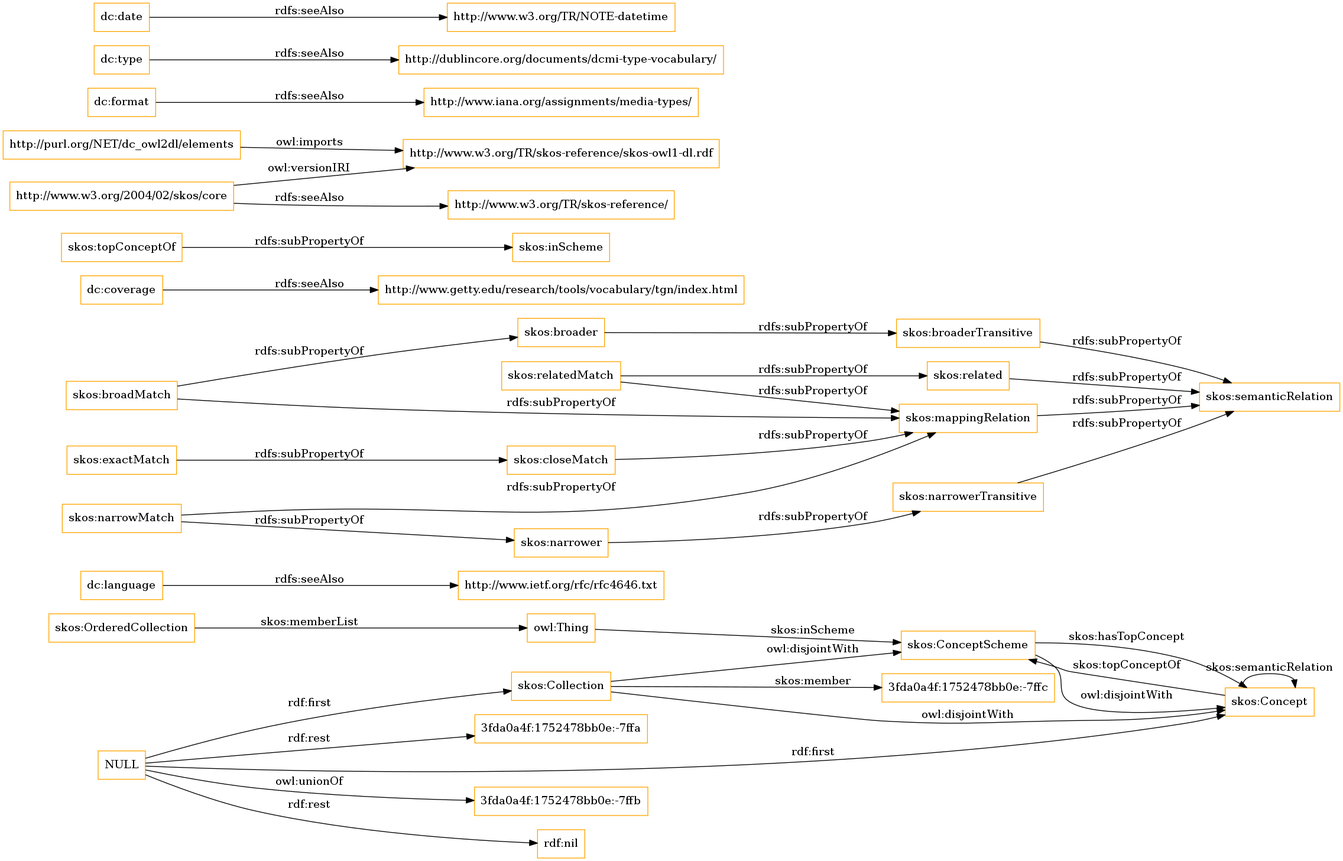
This is OnToology/imports/elements.owl/diagrams/ar2dtool-class/elements.owl.png from OnToologyUser/core-ontology-1, a Graphviz export, as it was before one commit. Its source is kept beside it as OnToology/imports/elements.owl/diagrams/ar2dtool-class/elements.owl.png.dot.
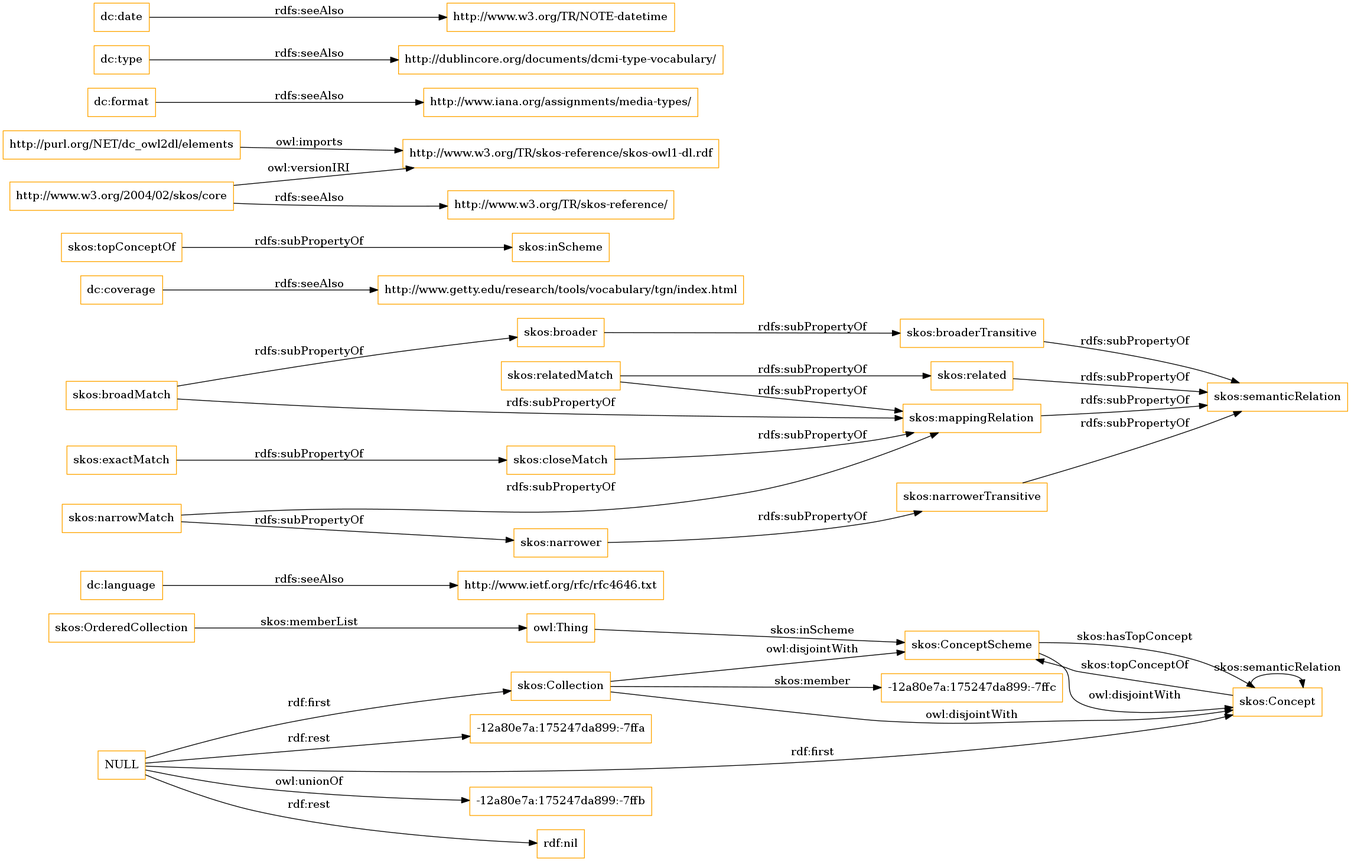
The same diagram one commit later.

What changed in the source:
```diff
@@ -1,12 +1,12 @@
 digraph ar2dtool_diagram {
 rankdir=LR;
 size="1501"
-node [shape = rectangle, color="orange"]; "3fda0a4f:1752478bb0e:-7ffc" "skos:OrderedCollection" "skos:Collection" "skos:ConceptScheme" "skos:Concept" ; /*classes style*/
+node [shape = rectangle, color="orange"]; "-12a80e7a:175247da899:-7ffc" "skos:OrderedCollection" "skos:Collection" "skos:ConceptScheme" "skos:Concept" ; /*classes style*/
 	"dc:language" -> "http://www.ietf.org/rfc/rfc4646.txt" [ label = "rdfs:seeAlso" ];
-	"NULL" -> "3fda0a4f:1752478bb0e:-7ffb" [ label = "owl:unionOf" ];
+	"NULL" -> "-12a80e7a:175247da899:-7ffb" [ label = "owl:unionOf" ];
 	"NULL" -> "rdf:nil" [ label = "rdf:rest" ];
 	"NULL" -> "skos:Collection" [ label = "rdf:first" ];
-	"NULL" -> "3fda0a4f:1752478bb0e:-7ffa" [ label = "rdf:rest" ];
+	"NULL" -> "-12a80e7a:175247da899:-7ffa" [ label = "rdf:rest" ];
 	"NULL" -> "skos:Concept" [ label = "rdf:first" ];
 	"skos:closeMatch" -> "skos:mappingRelation" [ label = "rdfs:subPropertyOf" ];
 	"dc:coverage" -> "http://www.getty.edu/research/tools/vocabulary/tgn/index.html" [ label = "rdfs:seeAlso" ];
@@ -36,7 +36,7 @@
 	"skos:OrderedCollection" -> "owl:Thing" [ label = "skos:memberList" ];
 	"skos:Concept" -> "skos:ConceptScheme" [ label = "skos:topConceptOf" ];
 	"skos:Concept" -> "skos:Concept" [ label = "skos:semanticRelation" ];
-	"skos:Collection" -> "3fda0a4f:1752478bb0e:-7ffc" [ label = "skos:member" ];
+	"skos:Collection" -> "-12a80e7a:175247da899:-7ffc" [ label = "skos:member" ];
 	"skos:ConceptScheme" -> "skos:Concept" [ label = "skos:hasTopConcept" ];
 	"owl:Thing" -> "skos:ConceptScheme" [ label = "skos:inScheme" ];
 
```
